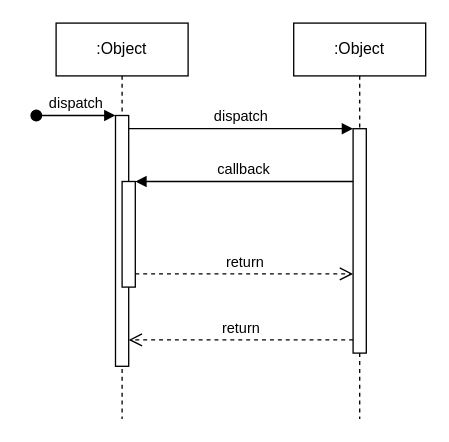
Above: 未命名绘图.drawio in wangjn163/web (draw.io), before the change. Source tidied: cells renumbered, new cells numbered last; positions are measured from the earlier drawing's top-left corner, leaving out a move shared by most shapes. Both pictures are drawn from the tidied source at 132%, with x=0, y=0 at pixel (36, 22).
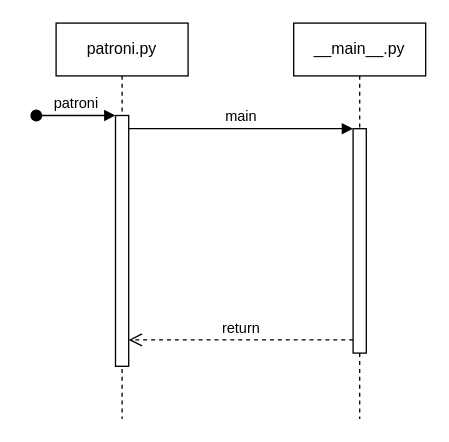
After the change.

Change to the diagram source:
```diff
@@
 <mxGraphModel>
   <root>
     <mxCell id="0" />
     <mxCell id="1" parent="0" />
-    <mxCell id="2" value=":Object" style="shape=umlLifeline;perimeter=lifelinePerimeter;whiteSpace=wrap;html=1;newEdgeStyle={&quot;edgeStyle&quot;:&quot;elbowEdgeStyle&quot;,&quot;elbow&quot;:&quot;vertical&quot;,&quot;curved&quot;:0,&quot;rounded&quot;:0};" parent="1" vertex="1">
+    <mxCell id="2" value="patroni.py" style="shape=umlLifeline;perimeter=lifelinePerimeter;whiteSpace=wrap;html=1;newEdgeStyle={&quot;edgeStyle&quot;:&quot;elbowEdgeStyle&quot;,&quot;elbow&quot;:&quot;vertical&quot;,&quot;curved&quot;:0,&quot;rounded&quot;:0};" parent="1" vertex="1">
       <mxGeometry x="15" width="100" height="300" as="geometry" />
     </mxCell>
     <mxCell id="3" style="html=1;points=[];perimeter=orthogonalPerimeter;outlineConnect=0;targetShapes=umlLifeline;portConstraint=eastwest;newEdgeStyle={&quot;edgeStyle&quot;:&quot;elbowEdgeStyle&quot;,&quot;elbow&quot;:&quot;vertical&quot;,&quot;curved&quot;:0,&quot;rounded&quot;:0};" parent="2" vertex="1">
       <mxGeometry x="45" y="70" width="10" height="190" as="geometry" />
     </mxCell>
-    <mxCell id="4" value="dispatch" style="html=1;verticalAlign=bottom;startArrow=oval;endArrow=block;startSize=8;edgeStyle=elbowEdgeStyle;elbow=vertical;curved=0;rounded=0;" parent="2" edge="1" target="3">
+    <mxCell id="4" value="patroni" style="html=1;verticalAlign=bottom;startArrow=oval;endArrow=block;startSize=8;edgeStyle=elbowEdgeStyle;elbow=vertical;curved=0;rounded=0;" parent="2" edge="1" target="3">
       <mxGeometry relative="1" as="geometry">
         <mxPoint x="-15" y="70" as="sourcePoint" />
       </mxGeometry>
     </mxCell>
-    <mxCell id="5" style="html=1;points=[];perimeter=orthogonalPerimeter;outlineConnect=0;targetShapes=umlLifeline;portConstraint=eastwest;newEdgeStyle={&quot;edgeStyle&quot;:&quot;elbowEdgeStyle&quot;,&quot;elbow&quot;:&quot;vertical&quot;,&quot;curved&quot;:0,&quot;rounded&quot;:0};" parent="2" vertex="1">
-      <mxGeometry x="50" y="120" width="10" height="80" as="geometry" />
-    </mxCell>
-    <mxCell id="6" value=":Object" style="shape=umlLifeline;perimeter=lifelinePerimeter;whiteSpace=wrap;html=1;newEdgeStyle={&quot;edgeStyle&quot;:&quot;elbowEdgeStyle&quot;,&quot;elbow&quot;:&quot;vertical&quot;,&quot;curved&quot;:0,&quot;rounded&quot;:0};" parent="1" vertex="1">
+    <mxCell id="6" value="__main__.py" style="shape=umlLifeline;perimeter=lifelinePerimeter;whiteSpace=wrap;html=1;newEdgeStyle={&quot;edgeStyle&quot;:&quot;elbowEdgeStyle&quot;,&quot;elbow&quot;:&quot;vertical&quot;,&quot;curved&quot;:0,&quot;rounded&quot;:0};" parent="1" vertex="1">
       <mxGeometry x="195" width="100" height="300" as="geometry" />
     </mxCell>
     <mxCell id="7" style="html=1;points=[];perimeter=orthogonalPerimeter;outlineConnect=0;targetShapes=umlLifeline;portConstraint=eastwest;newEdgeStyle={&quot;edgeStyle&quot;:&quot;elbowEdgeStyle&quot;,&quot;elbow&quot;:&quot;vertical&quot;,&quot;curved&quot;:0,&quot;rounded&quot;:0};" parent="6" vertex="1">
       <mxGeometry x="45" y="80" width="10" height="170" as="geometry" />
     </mxCell>
-    <mxCell id="8" value="dispatch" style="html=1;verticalAlign=bottom;endArrow=block;edgeStyle=elbowEdgeStyle;elbow=vertical;curved=0;rounded=0;" parent="1" edge="1" source="3" target="7">
+    <mxCell id="8" value="main" style="html=1;verticalAlign=bottom;endArrow=block;edgeStyle=elbowEdgeStyle;elbow=vertical;curved=0;rounded=0;" parent="1" edge="1" source="3" target="7">
       <mxGeometry relative="1" as="geometry">
         <Array as="points">
           <mxPoint x="155" y="80" />
         </Array>
       </mxGeometry>
     </mxCell>
     <mxCell id="9" value="return" style="html=1;verticalAlign=bottom;endArrow=open;dashed=1;endSize=8;edgeStyle=elbowEdgeStyle;elbow=vertical;curved=0;rounded=0;" parent="1" edge="1" source="7" target="3">
       <mxGeometry relative="1" as="geometry">
         <Array as="points">
           <mxPoint x="165" y="240" />
         </Array>
       </mxGeometry>
     </mxCell>
-    <mxCell id="10" value="callback" style="html=1;verticalAlign=bottom;endArrow=block;edgeStyle=elbowEdgeStyle;elbow=vertical;curved=0;rounded=0;" parent="1" edge="1" source="7" target="5">
-      <mxGeometry relative="1" as="geometry">
-        <Array as="points">
-          <mxPoint x="165" y="120" />
-        </Array>
-      </mxGeometry>
-    </mxCell>
-    <mxCell id="11" value="return" style="html=1;verticalAlign=bottom;endArrow=open;dashed=1;endSize=8;edgeStyle=elbowEdgeStyle;elbow=vertical;curved=0;rounded=0;" parent="1" edge="1" source="5" target="7">
-      <mxGeometry relative="1" as="geometry">
-        <Array as="points">
-          <mxPoint x="155" y="190" />
-        </Array>
-      </mxGeometry>
-    </mxCell>
   </root>
 </mxGraphModel>
```
